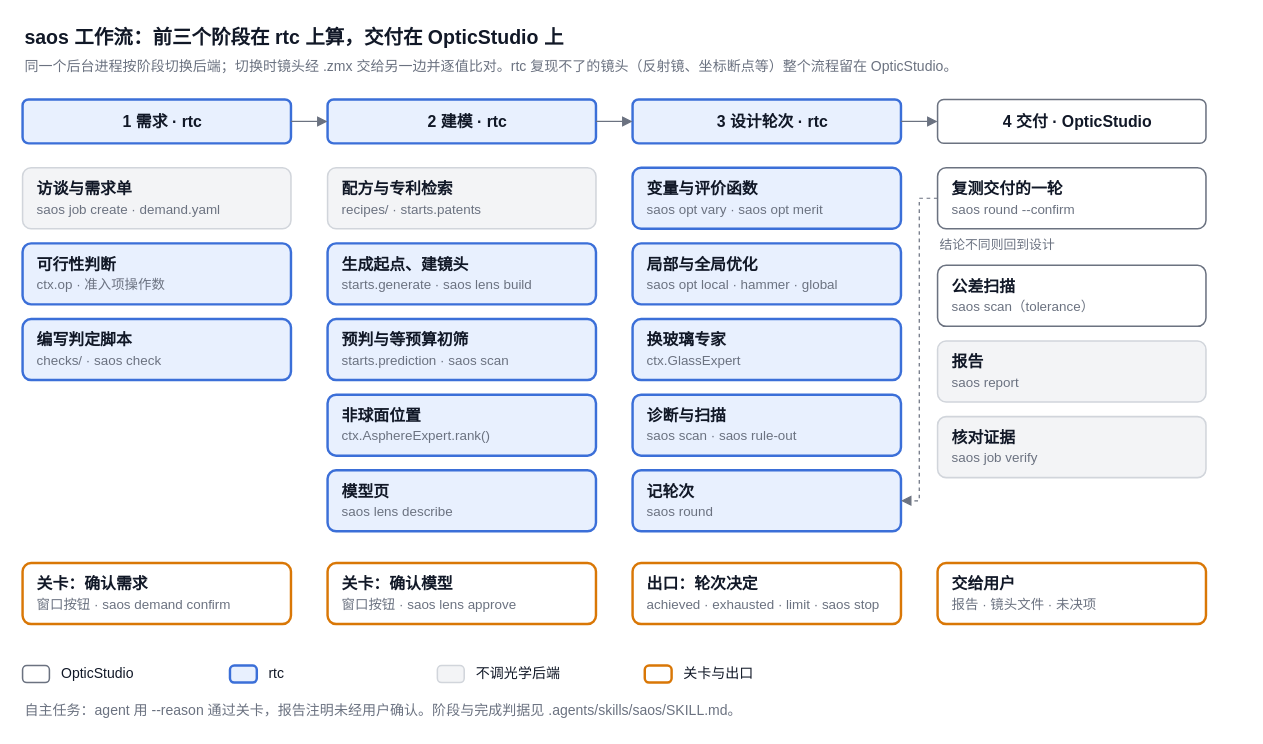
Before: docs/workflow.drawio in Cyli00/saos, a draw.io diagram. Source tidied: cells renumbered, new cells numbered last; positions are measured from the earlier drawing's top-left corner, leaving out a move shared by most shapes. Both pictures are drawn from the tidied source at 122%, with x=0, y=0 at pixel (22, 21).
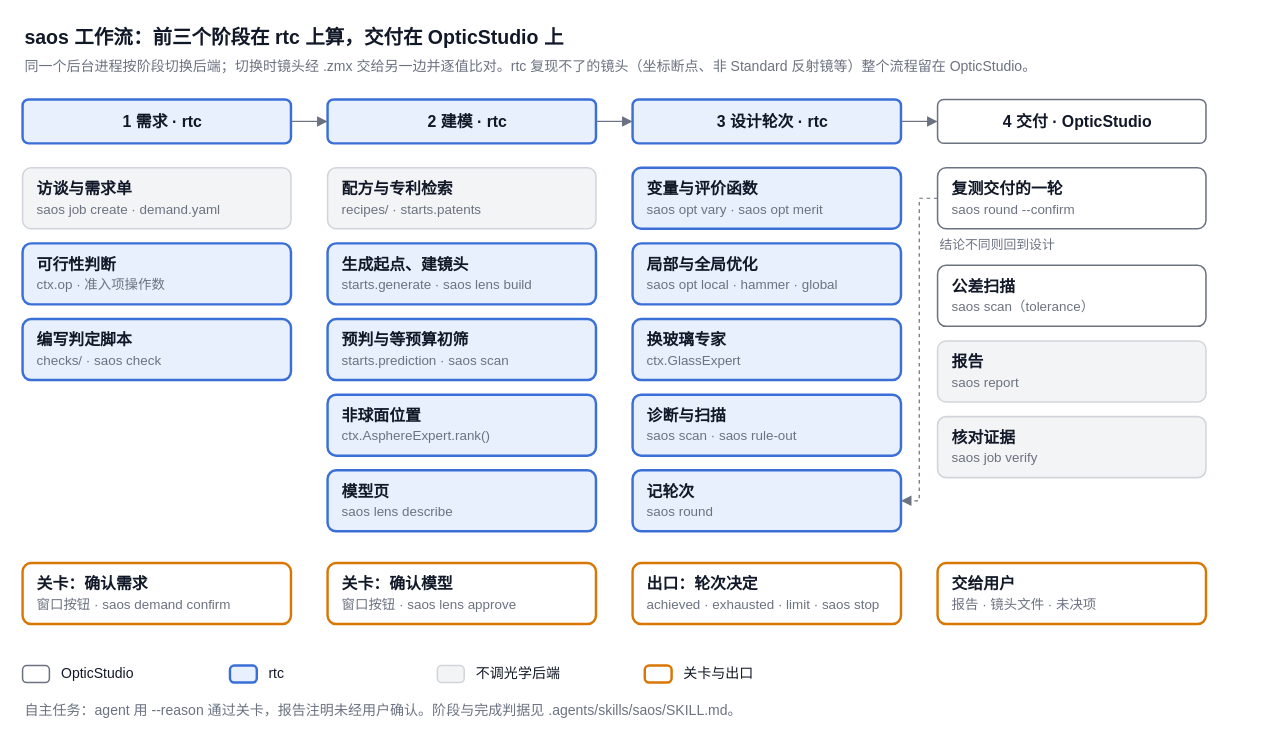
Above is the later version.

Diff of the diagram source:
```diff
@@
-    <mxCell id="3" value="同一个后台进程按阶段切换后端；切换时镜头经 .zmx 交给另一边并逐值比对。rtc 复现不了的镜头（反射镜、坐标断点等）整个流程留在 OpticStudio。" style="text;html=1;align=left;verticalAlign=middle;whiteSpace=wrap;strokeColor=none;fillColor=none;fontSize=11.5;fontColor=#6B7280;" parent="1" vertex="1">
+    <mxCell id="3" value="同一个后台进程按阶段切换后端；切换时镜头经 .zmx 交给另一边并逐值比对。rtc 复现不了的镜头（坐标断点、非 Standard 反射镜等）整个流程留在 OpticStudio。" style="text;html=1;align=left;verticalAlign=middle;whiteSpace=wrap;strokeColor=none;fillColor=none;fontSize=11.5;fontColor=#6B7280;" parent="1" vertex="1">
       <mxGeometry y="26" width="1000" height="22" as="geometry" />
     </mxCell>
```
